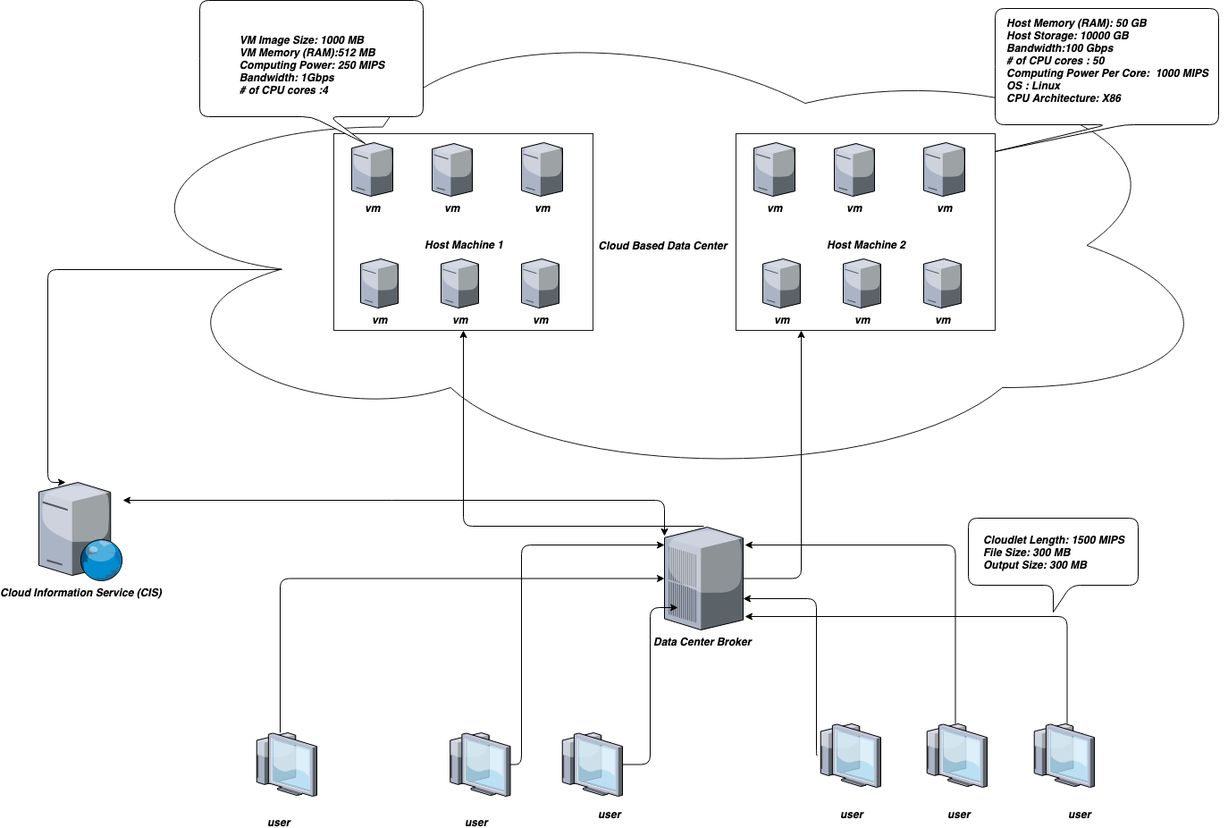
Earlier version of the draw.io export Report/Smart_Grid_Cloud.png (lulzzz/Cloudsim). Source tidied: cells renumbered, new cells last; positions are measured from the earlier drawing's top-left corner, leaving out a move shared by most shapes.
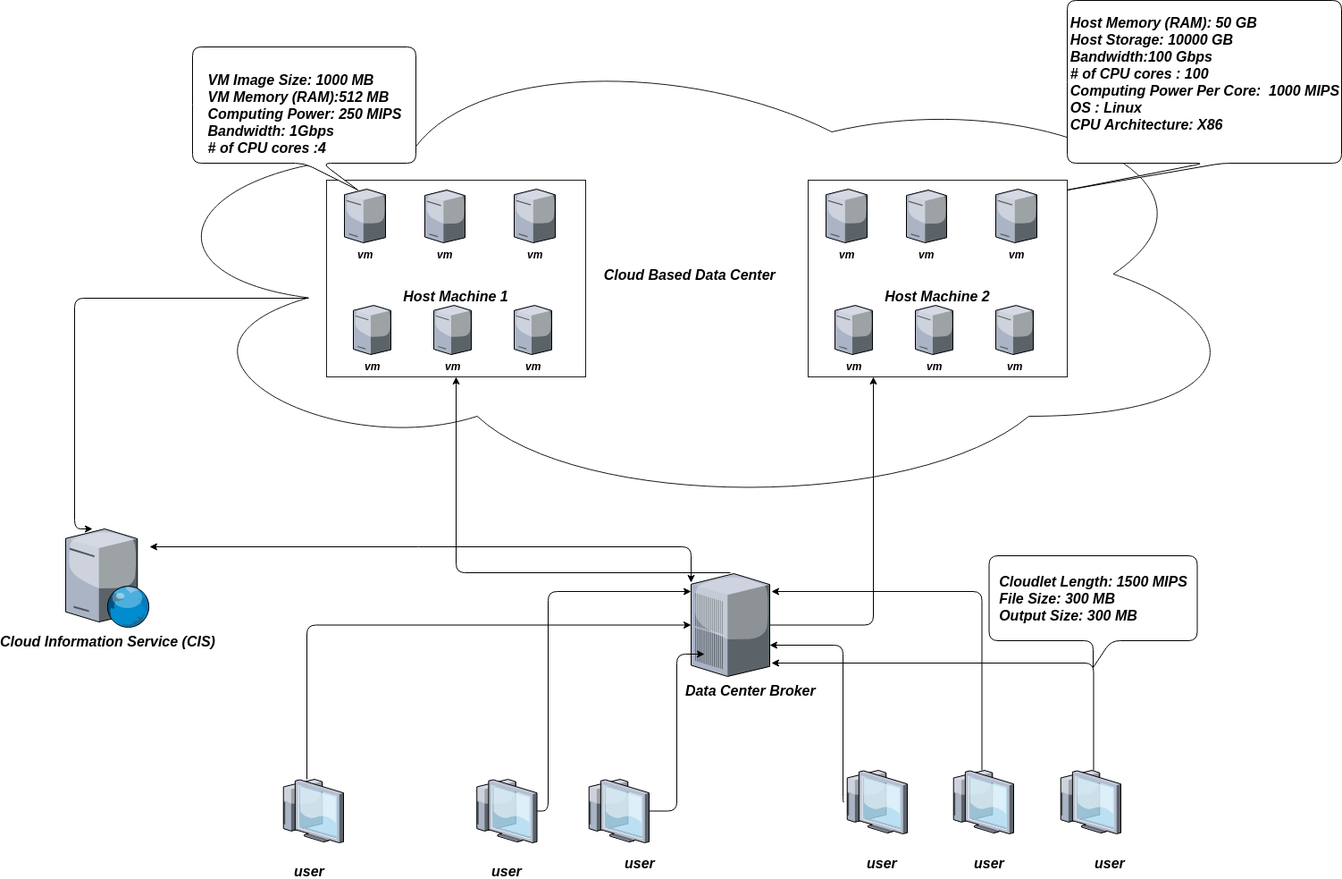
After the change.

Diff of the diagram source:
```diff
@@ -2,50 +2,50 @@
   <root>
     <mxCell id="0" style="html=1;" />
     <mxCell id="1" style="html=1;" parent="0" />
-    <mxCell id="2" value="&lt;b&gt;&lt;i&gt;Cloud Based Data Center&amp;nbsp;&lt;/i&gt;&lt;/b&gt;" style="ellipse;shape=cloud;whiteSpace=wrap;html=1;strokeColor=#1A1A1A;fillColor=none;" parent="1" vertex="1">
-      <mxGeometry x="70" y="9" width="1260" height="530" as="geometry" />
+    <mxCell id="2" value="&lt;b&gt;&lt;i&gt;&lt;font style=&quot;font-size: 16px&quot;&gt;Cloud Based Data Center&amp;nbsp;&lt;/font&gt;&lt;/i&gt;&lt;/b&gt;" style="ellipse;shape=cloud;whiteSpace=wrap;html=1;strokeColor=#1A1A1A;fillColor=none;" parent="1" vertex="1">
+      <mxGeometry x="70" y="-11" width="1260" height="530" as="geometry" />
     </mxCell>
-    <mxCell id="3" value="&lt;b&gt;&lt;i&gt;&lt;br&gt;&lt;br&gt;Host Machine 1&lt;/i&gt;&lt;/b&gt;&lt;br&gt;" style="rounded=0;whiteSpace=wrap;html=1;strokeColor=#1A1A1A;fillColor=none;" parent="1" vertex="1">
-      <mxGeometry x="330" y="149" width="290" height="220" as="geometry" />
+    <mxCell id="3" value="&lt;b style=&quot;font-size: 16px&quot;&gt;&lt;i&gt;&lt;br&gt;&lt;br&gt;Host Machine 1&lt;/i&gt;&lt;/b&gt;&lt;br&gt;" style="rounded=0;whiteSpace=wrap;html=1;strokeColor=#1A1A1A;fillColor=none;" parent="1" vertex="1">
+      <mxGeometry x="292" y="149" width="290" height="220" as="geometry" />
     </mxCell>
     <mxCell id="4" value="&lt;b&gt;&lt;i&gt;vm&lt;/i&gt;&lt;/b&gt;" style="verticalLabelPosition=bottom;html=1;verticalAlign=top;strokeColor=none;align=center;shape=mxgraph.citrix.license_server;fillColor=none;" parent="1" vertex="1">
-      <mxGeometry x="350" y="159" width="46" height="60" as="geometry" />
+      <mxGeometry x="312" y="159" width="46" height="60" as="geometry" />
     </mxCell>
     <mxCell id="5" value="&lt;b&gt;&lt;i&gt;vm&lt;/i&gt;&lt;/b&gt;" style="verticalLabelPosition=bottom;html=1;verticalAlign=top;strokeColor=none;align=center;shape=mxgraph.citrix.license_server;fillColor=none;" parent="1" vertex="1">
-      <mxGeometry x="540" y="159" width="46" height="60" as="geometry" />
+      <mxGeometry x="502" y="159" width="46" height="60" as="geometry" />
     </mxCell>
     <mxCell id="6" value="&lt;b&gt;&lt;i&gt;vm&lt;/i&gt;&lt;/b&gt;" style="verticalLabelPosition=bottom;html=1;verticalAlign=top;strokeColor=none;align=center;shape=mxgraph.citrix.license_server;fillColor=none;" parent="1" vertex="1">
-      <mxGeometry x="440" y="160" width="45" height="59" as="geometry" />
+      <mxGeometry x="402" y="160" width="45" height="59" as="geometry" />
     </mxCell>
     <mxCell id="7" value="&lt;b&gt;&lt;i&gt;vm&lt;/i&gt;&lt;/b&gt;" style="verticalLabelPosition=bottom;html=1;verticalAlign=top;strokeColor=none;align=center;shape=mxgraph.citrix.license_server;fillColor=none;" parent="1" vertex="1">
-      <mxGeometry x="360" y="289" width="42" height="55" as="geometry" />
+      <mxGeometry x="322" y="289" width="42" height="55" as="geometry" />
     </mxCell>
     <mxCell id="8" value="&lt;b&gt;&lt;i&gt;vm&lt;/i&gt;&lt;/b&gt;" style="verticalLabelPosition=bottom;html=1;verticalAlign=top;strokeColor=none;align=center;shape=mxgraph.citrix.license_server;fillColor=none;" parent="1" vertex="1">
-      <mxGeometry x="450" y="289" width="42" height="55" as="geometry" />
+      <mxGeometry x="412" y="289" width="42" height="55" as="geometry" />
     </mxCell>
     <mxCell id="9" value="&lt;b&gt;&lt;i&gt;vm&lt;/i&gt;&lt;/b&gt;" style="verticalLabelPosition=bottom;html=1;verticalAlign=top;strokeColor=none;align=center;shape=mxgraph.citrix.license_server;fillColor=none;" parent="1" vertex="1">
-      <mxGeometry x="540" y="289" width="42" height="55" as="geometry" />
+      <mxGeometry x="502" y="289" width="42" height="55" as="geometry" />
     </mxCell>
-    <mxCell id="10" value="&lt;b&gt;&lt;i&gt;&lt;br&gt;&lt;br&gt;Host Machine 2&lt;/i&gt;&lt;/b&gt;&lt;br&gt;" style="rounded=0;whiteSpace=wrap;html=1;strokeColor=#1A1A1A;fillColor=none;" parent="1" vertex="1">
-      <mxGeometry x="780" y="149" width="290" height="220" as="geometry" />
+    <mxCell id="10" value="&lt;b style=&quot;font-size: 16px&quot;&gt;&lt;i&gt;&lt;br&gt;&lt;br&gt;Host Machine 2&lt;/i&gt;&lt;/b&gt;&lt;br&gt;" style="rounded=0;whiteSpace=wrap;html=1;strokeColor=#1A1A1A;fillColor=none;" parent="1" vertex="1">
+      <mxGeometry x="831" y="149" width="290" height="220" as="geometry" />
     </mxCell>
     <mxCell id="11" value="&lt;b&gt;&lt;i&gt;vm&lt;/i&gt;&lt;/b&gt;" style="verticalLabelPosition=bottom;html=1;verticalAlign=top;strokeColor=none;align=center;shape=mxgraph.citrix.license_server;fillColor=none;" parent="1" vertex="1">
-      <mxGeometry x="800" y="159" width="46" height="60" as="geometry" />
+      <mxGeometry x="851" y="159" width="46" height="60" as="geometry" />
     </mxCell>
     <mxCell id="12" value="&lt;b&gt;&lt;i&gt;vm&lt;/i&gt;&lt;/b&gt;" style="verticalLabelPosition=bottom;html=1;verticalAlign=top;strokeColor=none;align=center;shape=mxgraph.citrix.license_server;fillColor=none;" parent="1" vertex="1">
-      <mxGeometry x="990" y="159" width="46" height="60" as="geometry" />
+      <mxGeometry x="1041" y="159" width="46" height="60" as="geometry" />
     </mxCell>
     <mxCell id="13" value="&lt;b&gt;&lt;i&gt;vm&lt;/i&gt;&lt;/b&gt;" style="verticalLabelPosition=bottom;html=1;verticalAlign=top;strokeColor=none;align=center;shape=mxgraph.citrix.license_server;fillColor=none;" parent="1" vertex="1">
-      <mxGeometry x="890" y="160" width="45" height="59" as="geometry" />
+      <mxGeometry x="941" y="160" width="45" height="59" as="geometry" />
     </mxCell>
     <mxCell id="14" value="&lt;b&gt;&lt;i&gt;vm&lt;/i&gt;&lt;/b&gt;" style="verticalLabelPosition=bottom;html=1;verticalAlign=top;strokeColor=none;align=center;shape=mxgraph.citrix.license_server;fillColor=none;" parent="1" vertex="1">
-      <mxGeometry x="810" y="289" width="42" height="55" as="geometry" />
+      <mxGeometry x="861" y="289" width="42" height="55" as="geometry" />
     </mxCell>
     <mxCell id="15" value="&lt;b&gt;&lt;i&gt;vm&lt;/i&gt;&lt;/b&gt;" style="verticalLabelPosition=bottom;html=1;verticalAlign=top;strokeColor=none;align=center;shape=mxgraph.citrix.license_server;fillColor=none;" parent="1" vertex="1">
-      <mxGeometry x="900" y="289" width="42" height="55" as="geometry" />
+      <mxGeometry x="951" y="289" width="42" height="55" as="geometry" />
     </mxCell>
     <mxCell id="16" value="&lt;b&gt;&lt;i&gt;vm&lt;/i&gt;&lt;/b&gt;" style="verticalLabelPosition=bottom;html=1;verticalAlign=top;strokeColor=none;align=center;shape=mxgraph.citrix.license_server;fillColor=none;" parent="1" vertex="1">
-      <mxGeometry x="990" y="289" width="42" height="55" as="geometry" />
+      <mxGeometry x="1041" y="289" width="42" height="55" as="geometry" />
     </mxCell>
     <mxCell id="17" style="verticalLabelPosition=bottom;html=1;verticalAlign=top;strokeColor=none;align=center;outlineConnect=0;shape=mxgraph.citrix.thin_client;fillColor=none;" parent="1" vertex="1">
       <mxGeometry x="240" y="819" width="71" height="71" as="geometry" />
@@ -65,7 +65,7 @@
     <mxCell id="22" style="verticalLabelPosition=bottom;html=1;verticalAlign=top;strokeColor=none;align=center;outlineConnect=0;shape=mxgraph.citrix.thin_client;fillColor=none;" parent="1" vertex="1">
       <mxGeometry x="1110" y="809" width="71" height="71" as="geometry" />
     </mxCell>
-    <mxCell id="23" value="&lt;b&gt;&lt;i&gt;Data Center Broker&amp;nbsp;&lt;/i&gt;&lt;/b&gt;" style="verticalLabelPosition=bottom;html=1;verticalAlign=top;strokeColor=none;align=center;outlineConnect=0;shape=mxgraph.citrix.pbx_server;fillColor=none;" parent="1" vertex="1">
+    <mxCell id="23" value="&lt;b&gt;&lt;i&gt;&lt;font style=&quot;font-size: 16px&quot;&gt;&amp;nbsp; &amp;nbsp; &amp;nbsp; &amp;nbsp; &amp;nbsp; &amp;nbsp;Data Center Broker&amp;nbsp;&lt;/font&gt;&lt;/i&gt;&lt;/b&gt;" style="verticalLabelPosition=bottom;html=1;verticalAlign=top;strokeColor=none;align=center;outlineConnect=0;shape=mxgraph.citrix.pbx_server;fillColor=none;" parent="1" vertex="1">
       <mxGeometry x="700" y="589" width="88" height="115" as="geometry" />
     </mxCell>
     <mxCell id="24" style="edgeStyle=elbowEdgeStyle;elbow=horizontal;endArrow=classic;html=1;" parent="1" edge="1" source="17" target="23">
@@ -116,7 +116,7 @@
         </Array>
       </mxGeometry>
     </mxCell>
-    <mxCell id="30" value="&lt;b&gt;&lt;i&gt;Cloud Information Service (CIS)&lt;/i&gt;&lt;/b&gt;" style="verticalLabelPosition=bottom;html=1;verticalAlign=top;strokeColor=none;align=center;outlineConnect=0;shape=mxgraph.citrix.web_server;fillColor=none;" parent="1" vertex="1">
+    <mxCell id="30" value="&lt;b&gt;&lt;i&gt;&lt;font style=&quot;font-size: 16px&quot;&gt;Cloud Information Service (CIS)&lt;/font&gt;&lt;/i&gt;&lt;/b&gt;" style="verticalLabelPosition=bottom;html=1;verticalAlign=top;strokeColor=none;align=center;outlineConnect=0;shape=mxgraph.citrix.web_server;fillColor=none;" parent="1" vertex="1">
       <mxGeometry y="539" width="94" height="110" as="geometry" />
     </mxCell>
     <mxCell id="31" style="edgeStyle=elbowEdgeStyle;elbow=horizontal;endArrow=classic;html=1;entryX=0.319;entryY=0;entryDx=0;entryDy=0;entryPerimeter=0;exitX=0.16;exitY=0.55;exitDx=0;exitDy=0;exitPerimeter=0;" parent="1" edge="1" source="2" target="30">
@@ -138,6 +138,7 @@
       <mxGeometry relative="1" as="geometry">
         <mxPoint x="744" y="588" as="sourcePoint" />
         <Array as="points">
+          <mxPoint x="437" y="419" />
           <mxPoint x="475" y="459" />
         </Array>
       </mxGeometry>
@@ -145,36 +146,37 @@
     <mxCell id="34" style="edgeStyle=elbowEdgeStyle;elbow=horizontal;endArrow=classic;html=1;entryX=0.25;entryY=1;entryDx=0;entryDy=0;" parent="1" edge="1" source="23" target="10">
       <mxGeometry relative="1" as="geometry">
         <Array as="points">
+          <mxPoint x="904" y="478" />
           <mxPoint x="853" y="389" />
         </Array>
       </mxGeometry>
     </mxCell>
-    <mxCell id="35" value="&lt;div style=&quot;text-align: center&quot;&gt;&lt;br&gt;&lt;/div&gt;&lt;div style=&quot;text-align: left&quot;&gt;&lt;b&gt;&lt;i&gt;VM Image Size: 1000 MB&lt;/i&gt;&lt;/b&gt;&lt;/div&gt;&lt;b&gt;&lt;div style=&quot;text-align: left&quot;&gt;&lt;b&gt;&lt;i&gt;VM Memory (RAM):512 MB&lt;/i&gt;&lt;/b&gt;&lt;/div&gt;&lt;div style=&quot;text-align: left&quot;&gt;&lt;b&gt;&lt;i&gt;Computing Power: 250 MIPS&lt;/i&gt;&lt;/b&gt;&lt;/div&gt;&lt;div style=&quot;text-align: left&quot;&gt;&lt;b&gt;&lt;i&gt;Bandwidth: 1Gbps&lt;/i&gt;&lt;/b&gt;&lt;/div&gt;&lt;div style=&quot;text-align: left&quot;&gt;&lt;b&gt;&lt;i&gt;# of CPU cores :4&lt;/i&gt;&lt;/b&gt;&lt;/div&gt;&lt;/b&gt;" style="shape=callout;whiteSpace=wrap;html=1;perimeter=calloutPerimeter;position2=0.74;rounded=1;" parent="1" vertex="1">
-      <mxGeometry x="180" width="250" height="160" as="geometry" />
+    <mxCell id="35" value="&lt;div style=&quot;text-align: center ; font-size: 16px&quot;&gt;&lt;font style=&quot;font-size: 16px&quot;&gt;&lt;br&gt;&lt;/font&gt;&lt;/div&gt;&lt;div style=&quot;text-align: left ; font-size: 16px&quot;&gt;&lt;b&gt;&lt;i&gt;&lt;font style=&quot;font-size: 16px&quot;&gt;VM Image Size: 1000 MB&lt;/font&gt;&lt;/i&gt;&lt;/b&gt;&lt;/div&gt;&lt;b style=&quot;font-size: 16px&quot;&gt;&lt;font style=&quot;font-size: 16px&quot;&gt;&lt;div style=&quot;text-align: left&quot;&gt;&lt;b&gt;&lt;i&gt;VM Memory (RAM):512 MB&lt;/i&gt;&lt;/b&gt;&lt;/div&gt;&lt;div style=&quot;text-align: left&quot;&gt;&lt;b&gt;&lt;i&gt;Computing Power: 250 MIPS&lt;/i&gt;&lt;/b&gt;&lt;/div&gt;&lt;div style=&quot;text-align: left&quot;&gt;&lt;b&gt;&lt;i&gt;Bandwidth: 1Gbps&lt;/i&gt;&lt;/b&gt;&lt;/div&gt;&lt;div style=&quot;text-align: left&quot;&gt;&lt;b&gt;&lt;i&gt;# of CPU cores :4&lt;/i&gt;&lt;/b&gt;&lt;/div&gt;&lt;/font&gt;&lt;/b&gt;" style="shape=callout;whiteSpace=wrap;html=1;perimeter=calloutPerimeter;position2=0.74;rounded=1;" parent="1" vertex="1">
+      <mxGeometry x="142" width="250" height="160" as="geometry" />
     </mxCell>
-    <mxCell id="36" value="&lt;div style=&quot;text-align: left&quot;&gt;&lt;span&gt;&lt;b&gt;&lt;i&gt;Host Memory (RAM): 50 GB&lt;/i&gt;&lt;/b&gt;&lt;/span&gt;&lt;/div&gt;&lt;div style=&quot;text-align: left&quot;&gt;&lt;span&gt;&lt;b&gt;&lt;i&gt;Host Storage: 10000 GB&lt;/i&gt;&lt;/b&gt;&lt;/span&gt;&lt;/div&gt;&lt;div style=&quot;text-align: left&quot;&gt;&lt;b&gt;&lt;i&gt;Bandwidth:100 Gbps&lt;/i&gt;&lt;/b&gt;&lt;/div&gt;&lt;div style=&quot;text-align: left&quot;&gt;&lt;b&gt;&lt;i&gt;# of CPU cores : 50&amp;nbsp;&lt;/i&gt;&lt;/b&gt;&lt;/div&gt;&lt;div style=&quot;text-align: left&quot;&gt;&lt;b&gt;&lt;i&gt;Computing Power Per Core:&amp;nbsp; 1000 MIPS&lt;/i&gt;&lt;/b&gt;&lt;/div&gt;&lt;div style=&quot;text-align: left&quot;&gt;&lt;b&gt;&lt;i&gt;OS : Linux&amp;nbsp;&lt;/i&gt;&lt;/b&gt;&lt;/div&gt;&lt;div style=&quot;text-align: left&quot;&gt;&lt;span&gt;&lt;b&gt;&lt;i&gt;CPU Architecture: X86&lt;/i&gt;&lt;/b&gt;&lt;/span&gt;&lt;/div&gt;&lt;div style=&quot;text-align: left&quot;&gt;&lt;b&gt;&lt;i&gt;&amp;nbsp;&lt;/i&gt;&lt;/b&gt;&lt;/div&gt;" style="shape=callout;whiteSpace=wrap;html=1;perimeter=calloutPerimeter;position2=0;rounded=1;" parent="1" vertex="1">
-      <mxGeometry x="1070" y="9" width="250" height="160" as="geometry" />
+    <mxCell id="36" value="&lt;div style=&quot;text-align: left ; font-size: 16px&quot;&gt;&lt;b&gt;&lt;i&gt;&lt;font style=&quot;font-size: 16px&quot;&gt;Host Memory (RAM): 50 GB&lt;/font&gt;&lt;/i&gt;&lt;/b&gt;&lt;/div&gt;&lt;div style=&quot;text-align: left ; font-size: 16px&quot;&gt;&lt;span&gt;&lt;b&gt;&lt;i&gt;&lt;font style=&quot;font-size: 16px&quot;&gt;Host Storage: 10000 GB&lt;/font&gt;&lt;/i&gt;&lt;/b&gt;&lt;/span&gt;&lt;/div&gt;&lt;div style=&quot;text-align: left ; font-size: 16px&quot;&gt;&lt;b&gt;&lt;i&gt;&lt;font style=&quot;font-size: 16px&quot;&gt;Bandwidth:100 Gbps&lt;/font&gt;&lt;/i&gt;&lt;/b&gt;&lt;/div&gt;&lt;div style=&quot;text-align: left ; font-size: 16px&quot;&gt;&lt;b&gt;&lt;i&gt;&lt;font style=&quot;font-size: 16px&quot;&gt;# of CPU cores : 100&amp;nbsp;&lt;/font&gt;&lt;/i&gt;&lt;/b&gt;&lt;/div&gt;&lt;div style=&quot;text-align: left ; font-size: 16px&quot;&gt;&lt;b&gt;&lt;i&gt;&lt;font style=&quot;font-size: 16px&quot;&gt;Computing Power Per Core:&amp;nbsp; 1000 MIPS&lt;/font&gt;&lt;/i&gt;&lt;/b&gt;&lt;/div&gt;&lt;div style=&quot;text-align: left ; font-size: 16px&quot;&gt;&lt;b&gt;&lt;i&gt;&lt;font style=&quot;font-size: 16px&quot;&gt;OS : Linux&amp;nbsp;&lt;/font&gt;&lt;/i&gt;&lt;/b&gt;&lt;/div&gt;&lt;div style=&quot;text-align: left ; font-size: 16px&quot;&gt;&lt;span&gt;&lt;b&gt;&lt;i&gt;&lt;font style=&quot;font-size: 16px&quot;&gt;CPU Architecture: X86&lt;/font&gt;&lt;/i&gt;&lt;/b&gt;&lt;/span&gt;&lt;/div&gt;&lt;div style=&quot;text-align: left ; font-size: 16px&quot;&gt;&lt;b&gt;&lt;i&gt;&lt;font style=&quot;font-size: 16px&quot;&gt;&amp;nbsp;&lt;/font&gt;&lt;/i&gt;&lt;/b&gt;&lt;/div&gt;" style="shape=callout;whiteSpace=wrap;html=1;perimeter=calloutPerimeter;position2=0;rounded=1;" parent="1" vertex="1">
+      <mxGeometry x="1121" y="-52" width="307" height="212" as="geometry" />
     </mxCell>
-    <mxCell id="37" value="&lt;div style=&quot;text-align: left&quot;&gt;&lt;span&gt;&lt;b&gt;&lt;i&gt;Cloudlet Length: 1500 MIPS&lt;/i&gt;&lt;/b&gt;&lt;/span&gt;&lt;/div&gt;&lt;div style=&quot;text-align: left&quot;&gt;&lt;span&gt;&lt;b&gt;&lt;i&gt;File Size: 300 MB&lt;/i&gt;&lt;/b&gt;&lt;/span&gt;&lt;/div&gt;&lt;div style=&quot;text-align: left&quot;&gt;&lt;span&gt;&lt;b&gt;&lt;i&gt;Output Size: 300 MB&lt;/i&gt;&lt;/b&gt;&lt;/span&gt;&lt;/div&gt;" style="shape=callout;whiteSpace=wrap;html=1;perimeter=calloutPerimeter;rounded=1;direction=east;" parent="1" vertex="1">
-      <mxGeometry x="1040" y="579" width="190" height="105" as="geometry" />
+    <mxCell id="37" value="&lt;div style=&quot;text-align: left ; font-size: 16px&quot;&gt;&lt;b&gt;&lt;i&gt;&lt;font style=&quot;font-size: 16px&quot;&gt;Cloudlet Length: 1500 MIPS&lt;/font&gt;&lt;/i&gt;&lt;/b&gt;&lt;/div&gt;&lt;div style=&quot;text-align: left ; font-size: 16px&quot;&gt;&lt;span&gt;&lt;b&gt;&lt;i&gt;&lt;font style=&quot;font-size: 16px&quot;&gt;File Size: 300 MB&lt;/font&gt;&lt;/i&gt;&lt;/b&gt;&lt;/span&gt;&lt;/div&gt;&lt;div style=&quot;text-align: left ; font-size: 16px&quot;&gt;&lt;b&gt;&lt;i&gt;&lt;font style=&quot;font-size: 16px&quot;&gt;Output Size: 300 MB&lt;/font&gt;&lt;/i&gt;&lt;/b&gt;&lt;/div&gt;" style="shape=callout;whiteSpace=wrap;html=1;perimeter=calloutPerimeter;rounded=1;direction=east;" parent="1" vertex="1">
+      <mxGeometry x="1033.5" y="569" width="233" height="125" as="geometry" />
     </mxCell>
-    <mxCell id="38" value="&lt;b&gt;&lt;i&gt;user&lt;/i&gt;&lt;/b&gt;" style="text;html=1;align=left;verticalAlign=top;spacingTop=-4;" parent="1" vertex="1">
-      <mxGeometry x="254" y="910" width="35" height="14" as="geometry" />
+    <mxCell id="38" value="&lt;b&gt;&lt;i&gt;&lt;font style=&quot;font-size: 16px&quot;&gt;user&lt;/font&gt;&lt;/i&gt;&lt;/b&gt;" style="text;html=1;align=left;verticalAlign=top;spacingTop=-4;" parent="1" vertex="1">
+      <mxGeometry x="254" y="910" width="44" height="15" as="geometry" />
     </mxCell>
-    <mxCell id="39" value="&lt;b&gt;&lt;i&gt;user&lt;/i&gt;&lt;/b&gt;" style="text;html=1;align=left;verticalAlign=top;spacingTop=-4;" parent="1" vertex="1">
-      <mxGeometry x="474.5" y="910" width="35" height="14" as="geometry" />
+    <mxCell id="39" value="&lt;b&gt;&lt;i&gt;&lt;font style=&quot;font-size: 16px&quot;&gt;user&lt;/font&gt;&lt;/i&gt;&lt;/b&gt;" style="text;html=1;align=left;verticalAlign=top;spacingTop=-4;" parent="1" vertex="1">
+      <mxGeometry x="474.5" y="910" width="44" height="15" as="geometry" />
     </mxCell>
-    <mxCell id="40" value="&lt;b&gt;&lt;i&gt;user&lt;/i&gt;&lt;/b&gt;" style="text;html=1;align=left;verticalAlign=top;spacingTop=-4;" parent="1" vertex="1">
-      <mxGeometry x="624" y="901" width="35" height="14" as="geometry" />
+    <mxCell id="40" value="&lt;b&gt;&lt;i&gt;&lt;font style=&quot;font-size: 16px&quot;&gt;user&lt;/font&gt;&lt;/i&gt;&lt;/b&gt;" style="text;html=1;align=left;verticalAlign=top;spacingTop=-4;" parent="1" vertex="1">
+      <mxGeometry x="624" y="901" width="44" height="15" as="geometry" />
     </mxCell>
-    <mxCell id="41" value="&lt;b&gt;&lt;i&gt;user&lt;/i&gt;&lt;/b&gt;" style="text;html=1;align=left;verticalAlign=top;spacingTop=-4;" parent="1" vertex="1">
-      <mxGeometry x="895" y="901" width="35" height="14" as="geometry" />
+    <mxCell id="41" value="&lt;b&gt;&lt;i&gt;&lt;font style=&quot;font-size: 16px&quot;&gt;user&lt;/font&gt;&lt;/i&gt;&lt;/b&gt;" style="text;html=1;align=left;verticalAlign=top;spacingTop=-4;" parent="1" vertex="1">
+      <mxGeometry x="895" y="901" width="44" height="15" as="geometry" />
     </mxCell>
-    <mxCell id="42" value="&lt;b&gt;&lt;i&gt;user&lt;/i&gt;&lt;/b&gt;" style="text;html=1;align=left;verticalAlign=top;spacingTop=-4;" parent="1" vertex="1">
-      <mxGeometry x="1014.5" y="901" width="35" height="14" as="geometry" />
+    <mxCell id="42" value="&lt;b&gt;&lt;i&gt;&lt;font style=&quot;font-size: 16px&quot;&gt;user&lt;/font&gt;&lt;/i&gt;&lt;/b&gt;" style="text;html=1;align=left;verticalAlign=top;spacingTop=-4;" parent="1" vertex="1">
+      <mxGeometry x="1014.5" y="901" width="44" height="15" as="geometry" />
     </mxCell>
-    <mxCell id="43" value="&lt;b&gt;&lt;i&gt;user&lt;/i&gt;&lt;/b&gt;" style="text;html=1;align=left;verticalAlign=top;spacingTop=-4;" parent="1" vertex="1">
-      <mxGeometry x="1150" y="901" width="35" height="14" as="geometry" />
+    <mxCell id="43" value="&lt;b&gt;&lt;i&gt;&lt;font style=&quot;font-size: 16px&quot;&gt;user&lt;/font&gt;&lt;/i&gt;&lt;/b&gt;" style="text;html=1;align=left;verticalAlign=top;spacingTop=-4;" parent="1" vertex="1">
+      <mxGeometry x="1150" y="901" width="44" height="15" as="geometry" />
     </mxCell>
   </root>
 </mxGraphModel>
```
